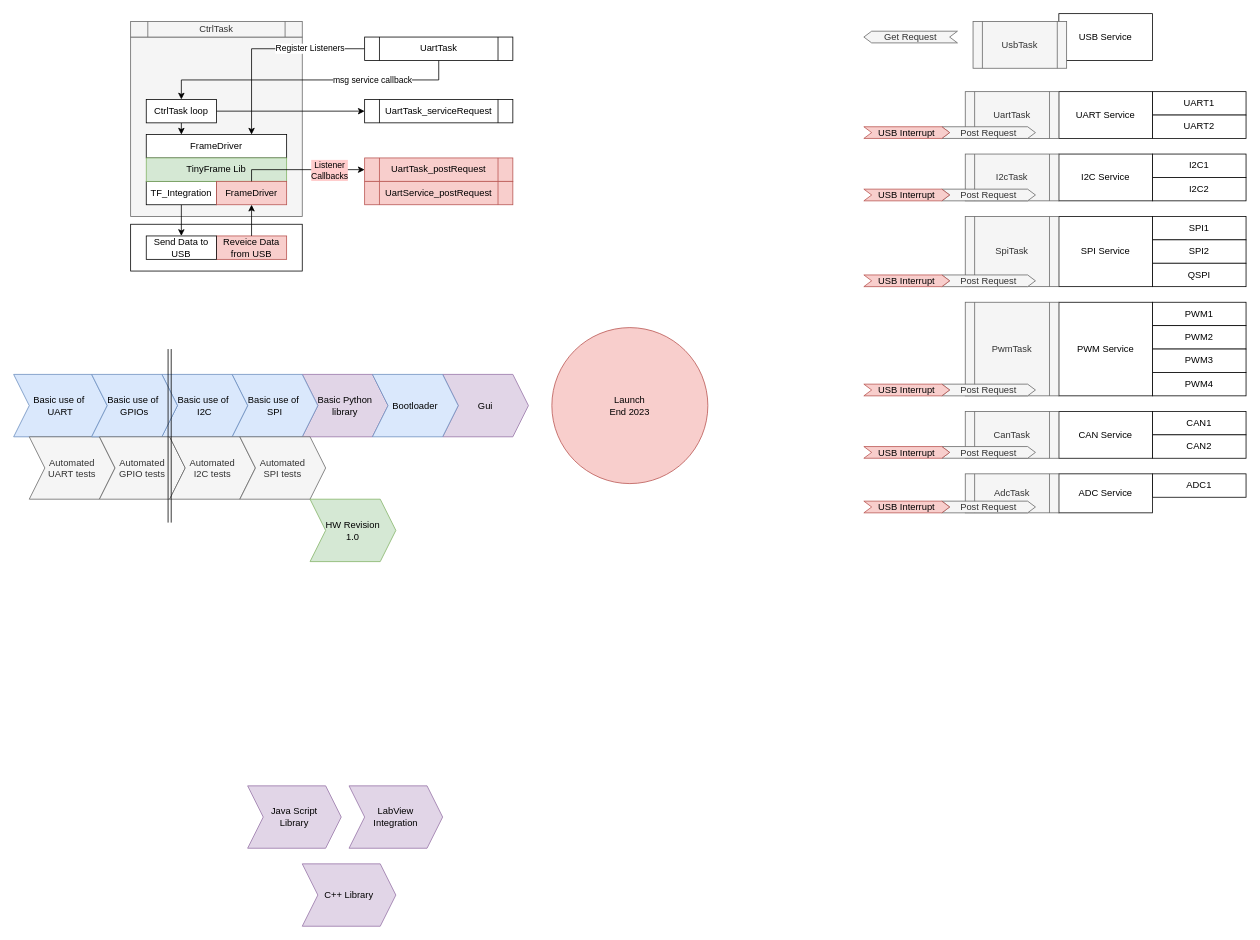
The draw.io diagram Docu/FirmwareArchitecturedrawio.drawio in AlmCoding/stm32usb, before the edit. Source tidied: cells renumbered, new cells numbered last; positions are measured from the earlier drawing's top-left corner, leaving out a move shared by most shapes. Both pictures are drawn from the tidied source at 78%, with x=0, y=0 at pixel (13, 13).
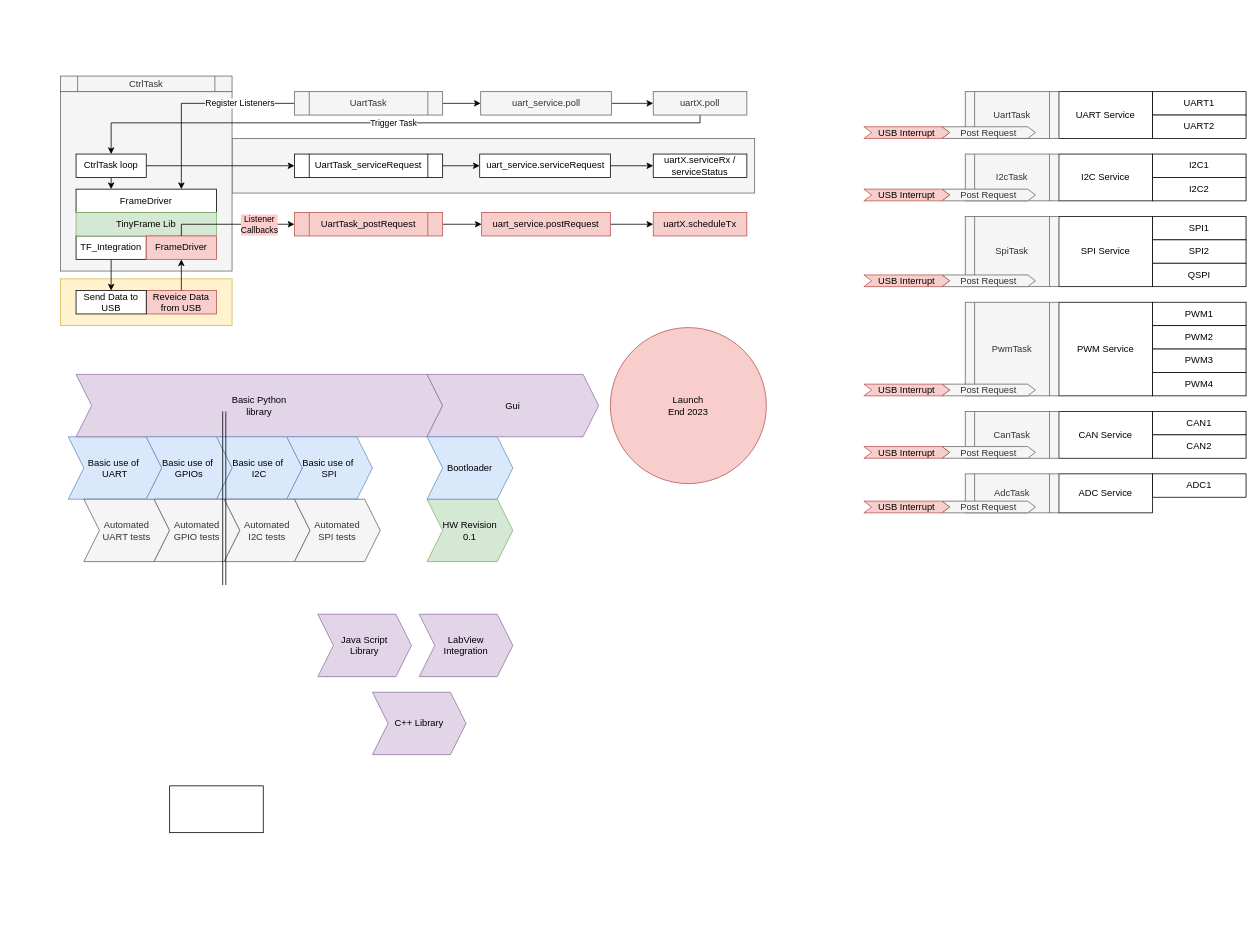
After the change.

Diff of the diagram source:
```diff
@@
+    <mxCell id="82" style="rounded=0;whiteSpace=wrap;html=1;fillColor=#f5f5f5;fontColor=#333333;strokeColor=#666666;" parent="1" vertex="1">
+      <mxGeometry x="280" y="160" width="670" height="70" as="geometry" />
+    </mxCell>
     <mxCell id="2" style="rounded=0;whiteSpace=wrap;html=1;fillColor=#f5f5f5;fontColor=#333333;strokeColor=#666666;" parent="1" vertex="1">
-      <mxGeometry x="150" y="30" width="220" height="230" as="geometry" />
+      <mxGeometry x="60" y="100" width="220" height="230" as="geometry" />
     </mxCell>
-    <mxCell id="3" style="rounded=0;whiteSpace=wrap;html=1;" parent="1" vertex="1">
-      <mxGeometry x="150" y="270" width="220" height="60" as="geometry" />
+    <mxCell id="3" style="rounded=0;whiteSpace=wrap;html=1;fillColor=#fff2cc;strokeColor=#d6b656;" parent="1" vertex="1">
+      <mxGeometry x="60" y="340" width="220" height="60" as="geometry" />
     </mxCell>
@@
-    <mxCell id="24" value="USB Service" style="rounded=0;whiteSpace=wrap;html=1;" parent="1" vertex="1">
-      <mxGeometry x="1340" width="120" height="60" as="geometry" />
-    </mxCell>
@@
-    <mxCell id="42" value="Get Request" style="shape=step;perimeter=stepPerimeter;whiteSpace=wrap;html=1;fixedSize=1;size=10.000000000000227;fillColor=#f5f5f5;strokeColor=#666666;fontColor=#333333;direction=west;" parent="1" vertex="1">
-      <mxGeometry x="1090" y="22.5" width="120" height="15" as="geometry" />
-    </mxCell>
     <mxCell id="43" value="Reveice Data from USB" style="rounded=0;whiteSpace=wrap;html=1;fillColor=#f8cecc;strokeColor=#b85450;" parent="1" vertex="1">
-      <mxGeometry x="260" y="285" width="90" height="30" as="geometry" />
+      <mxGeometry x="170" y="355" width="90" height="30" as="geometry" />
     </mxCell>
@@
     <mxCell id="45" value="FrameDriver" style="rounded=0;whiteSpace=wrap;html=1;" parent="1" vertex="1">
-      <mxGeometry x="170" y="155" width="180" height="30" as="geometry" />
+      <mxGeometry x="80" y="225" width="180" height="30" as="geometry" />
     </mxCell>
@@
     <mxCell id="47" value="TF_Integration" style="rounded=0;whiteSpace=wrap;html=1;" parent="1" vertex="1">
-      <mxGeometry x="170" y="215" width="90" height="30" as="geometry" />
+      <mxGeometry x="80" y="285" width="90" height="30" as="geometry" />
     </mxCell>
@@
     <mxCell id="49" value="TinyFrame Lib" style="rounded=0;whiteSpace=wrap;html=1;fillColor=#d5e8d4;strokeColor=#82b366;" parent="1" vertex="1">
-      <mxGeometry x="170" y="185" width="180" height="30" as="geometry" />
+      <mxGeometry x="80" y="255" width="180" height="30" as="geometry" />
     </mxCell>
     <mxCell id="50" value="Send Data to USB" style="rounded=0;whiteSpace=wrap;html=1;" parent="1" vertex="1">
-      <mxGeometry x="170" y="285" width="90" height="30" as="geometry" />
+      <mxGeometry x="80" y="355" width="90" height="30" as="geometry" />
     </mxCell>
     <mxCell id="51" value="FrameDriver" style="rounded=0;whiteSpace=wrap;html=1;fillColor=#f8cecc;strokeColor=#b85450;" parent="1" vertex="1">
-      <mxGeometry x="260" y="215" width="90" height="30" as="geometry" />
+      <mxGeometry x="170" y="285" width="90" height="30" as="geometry" />
     </mxCell>
@@
     <mxCell id="53" style="endArrow=classic;html=1;rounded=0;exitX=0.5;exitY=0;exitDx=0;exitDy=0;entryX=0;entryY=0.5;entryDx=0;entryDy=0;" parent="1" edge="1" source="51" target="71">
       <mxGeometry relative="1" as="geometry">
         <Array as="points">
-          <mxPoint x="305" y="200" />
+          <mxPoint x="215" y="270" />
         </Array>
       </mxGeometry>
     </mxCell>
@@
-    <mxCell id="55" value="msg service callback" style="edgeStyle=orthogonalEdgeStyle;rounded=0;jettySize=auto;html=1;exitX=0.5;exitY=1;exitDx=0;exitDy=0;entryX=0.5;entryY=0;entryDx=0;entryDy=0;" parent="1" edge="1" source="72" target="61">
-      <mxGeometry x="-0.42" relative="1" as="geometry" />
-    </mxCell>
+    <mxCell id="83" style="edgeStyle=orthogonalEdgeStyle;rounded=0;jettySize=auto;html=1;exitX=1;exitY=0.5;exitDx=0;exitDy=0;" parent="1" edge="1" source="56" target="87">
+      <mxGeometry relative="1" as="geometry" />
+    </mxCell>
     <mxCell id="56" value="UartTask_serviceRequest" style="shape=process;whiteSpace=wrap;html=1;backgroundOutline=1;" parent="1" vertex="1">
-      <mxGeometry x="450" y="110" width="190" height="30" as="geometry" />
+      <mxGeometry x="360" y="180" width="190" height="30" as="geometry" />
     </mxCell>
-    <mxCell id="57" value="UsbTask" style="shape=process;whiteSpace=wrap;html=1;backgroundOutline=1;fillColor=#f5f5f5;strokeColor=#666666;fontColor=#333333;" parent="1" vertex="1">
-      <mxGeometry x="1230" y="10" width="120" height="60" as="geometry" />
-    </mxCell>
     <mxCell id="58" value="CtrlTask" style="shape=process;whiteSpace=wrap;html=1;backgroundOutline=1;fillColor=#f5f5f5;strokeColor=#666666;fontColor=#333333;" parent="1" vertex="1">
-      <mxGeometry x="150" y="10" width="220" height="20" as="geometry" />
+      <mxGeometry x="60" y="80" width="220" height="20" as="geometry" />
     </mxCell>
     <mxCell id="59" style="edgeStyle=orthogonalEdgeStyle;rounded=0;jettySize=auto;html=1;entryX=0.25;entryY=0;entryDx=0;entryDy=0;" parent="1" edge="1" source="61" target="45">
       <mxGeometry relative="1" as="geometry">
         <Array as="points">
-          <mxPoint x="215" y="150" />
-          <mxPoint x="215" y="150" />
+          <mxPoint x="125" y="220" />
+          <mxPoint x="125" y="220" />
         </Array>
       </mxGeometry>
     </mxCell>
@@
     <mxCell id="61" value="CtrlTask loop" style="rounded=0;whiteSpace=wrap;html=1;" parent="1" vertex="1">
-      <mxGeometry x="170" y="110" width="90" height="30" as="geometry" />
+      <mxGeometry x="80" y="180" width="90" height="30" as="geometry" />
     </mxCell>
     <mxCell id="62" value="Basic use of&amp;nbsp;&lt;br&gt;UART" style="shape=step;perimeter=stepPerimeter;whiteSpace=wrap;html=1;fixedSize=1;fillColor=#dae8fc;strokeColor=#6c8ebf;" parent="1" vertex="1">
-      <mxGeometry y="462.5" width="120" height="80" as="geometry" />
+      <mxGeometry x="70" y="542.5" width="120" height="80" as="geometry" />
     </mxCell>
     <mxCell id="63" value="Basic Python&lt;br&gt;library" style="shape=step;perimeter=stepPerimeter;whiteSpace=wrap;html=1;fixedSize=1;fillColor=#e1d5e7;strokeColor=#9673a6;" parent="1" vertex="1">
-      <mxGeometry x="370" y="462.5" width="110" height="80" as="geometry" />
+      <mxGeometry x="80" y="462.5" width="470" height="80" as="geometry" />
     </mxCell>
     <mxCell id="64" value="Java Script&lt;br&gt;Library" style="shape=step;perimeter=stepPerimeter;whiteSpace=wrap;html=1;fixedSize=1;fillColor=#e1d5e7;strokeColor=#9673a6;" parent="1" vertex="1">
-      <mxGeometry x="300" y="990" width="120" height="80" as="geometry" />
+      <mxGeometry x="390" y="770" width="120" height="80" as="geometry" />
     </mxCell>
     <mxCell id="65" value="LabView&lt;br&gt;Integration" style="shape=step;perimeter=stepPerimeter;whiteSpace=wrap;html=1;fixedSize=1;fillColor=#e1d5e7;strokeColor=#9673a6;" parent="1" vertex="1">
-      <mxGeometry x="430" y="990" width="120" height="80" as="geometry" />
+      <mxGeometry x="520" y="770" width="120" height="80" as="geometry" />
     </mxCell>
     <mxCell id="66" value="C++ Library" style="shape=step;perimeter=stepPerimeter;whiteSpace=wrap;html=1;fixedSize=1;fillColor=#e1d5e7;strokeColor=#9673a6;" parent="1" vertex="1">
-      <mxGeometry x="370" y="1090" width="120" height="80" as="geometry" />
+      <mxGeometry x="460" y="870" width="120" height="80" as="geometry" />
     </mxCell>
     <mxCell id="67" value="Basic use of&amp;nbsp;&lt;br&gt;SPI" style="shape=step;perimeter=stepPerimeter;whiteSpace=wrap;html=1;fixedSize=1;fillColor=#dae8fc;strokeColor=#6c8ebf;" parent="1" vertex="1">
-      <mxGeometry x="280" y="462.5" width="110" height="80" as="geometry" />
+      <mxGeometry x="350" y="542.5" width="110" height="80" as="geometry" />
     </mxCell>
     <mxCell id="68" value="Basic use of&amp;nbsp;&lt;br&gt;I2C" style="shape=step;perimeter=stepPerimeter;whiteSpace=wrap;html=1;fixedSize=1;fillColor=#dae8fc;strokeColor=#6c8ebf;" parent="1" vertex="1">
-      <mxGeometry x="190" y="462.5" width="110" height="80" as="geometry" />
+      <mxGeometry x="260" y="542.5" width="110" height="80" as="geometry" />
     </mxCell>
     <mxCell id="69" value="Automated&lt;br&gt;UART tests" style="shape=step;perimeter=stepPerimeter;whiteSpace=wrap;html=1;fixedSize=1;fillColor=#f5f5f5;fontColor=#333333;strokeColor=#666666;" parent="1" vertex="1">
-      <mxGeometry x="20" y="542.5" width="110" height="80" as="geometry" />
+      <mxGeometry x="90" y="622.5" width="110" height="80" as="geometry" />
     </mxCell>
     <mxCell id="70" value="Gui" style="shape=step;perimeter=stepPerimeter;whiteSpace=wrap;html=1;fixedSize=1;fillColor=#e1d5e7;strokeColor=#9673a6;" parent="1" vertex="1">
-      <mxGeometry x="550" y="462.5" width="110" height="80" as="geometry" />
+      <mxGeometry x="530" y="462.5" width="220" height="80" as="geometry" />
     </mxCell>
+    <mxCell id="84" style="edgeStyle=orthogonalEdgeStyle;rounded=0;jettySize=auto;html=1;exitX=1;exitY=0.5;exitDx=0;exitDy=0;" parent="1" edge="1" source="71" target="90">
+      <mxGeometry relative="1" as="geometry" />
+    </mxCell>
     <mxCell id="71" value="UartTask_postRequest" style="shape=process;whiteSpace=wrap;html=1;backgroundOutline=1;fillColor=#f8cecc;strokeColor=#b85450;" parent="1" vertex="1">
-      <mxGeometry x="450" y="185" width="190" height="30" as="geometry" />
+      <mxGeometry x="360" y="255" width="190" height="30" as="geometry" />
     </mxCell>
+    <mxCell id="85" style="edgeStyle=orthogonalEdgeStyle;rounded=0;jettySize=auto;html=1;exitX=1;exitY=0.5;exitDx=0;exitDy=0;" parent="1" edge="1" source="72" target="93">
+      <mxGeometry relative="1" as="geometry" />
+    </mxCell>
-    <mxCell id="72" value="UartTask" style="shape=process;whiteSpace=wrap;html=1;backgroundOutline=1;" parent="1" vertex="1">
-      <mxGeometry x="450" y="30" width="190" height="30" as="geometry" />
+    <mxCell id="72" value="UartTask" style="shape=process;whiteSpace=wrap;html=1;backgroundOutline=1;fillColor=#f5f5f5;fontColor=#333333;strokeColor=#666666;" parent="1" vertex="1">
+      <mxGeometry x="360" y="100" width="190" height="30" as="geometry" />
     </mxCell>
-    <mxCell id="73" value="UartService_postRequest" style="shape=process;whiteSpace=wrap;html=1;backgroundOutline=1;fillColor=#f8cecc;strokeColor=#b85450;" parent="1" vertex="1">
-      <mxGeometry x="450" y="215" width="190" height="30" as="geometry" />
-    </mxCell>
     <mxCell id="74" value="Basic use of&amp;nbsp;&lt;br&gt;GPIOs" style="shape=step;perimeter=stepPerimeter;whiteSpace=wrap;html=1;fixedSize=1;fillColor=#dae8fc;strokeColor=#6c8ebf;" parent="1" vertex="1">
-      <mxGeometry x="100" y="462.5" width="110" height="80" as="geometry" />
+      <mxGeometry x="170" y="542.5" width="110" height="80" as="geometry" />
     </mxCell>
     <mxCell id="75" value="Automated&lt;br&gt;GPIO tests" style="shape=step;perimeter=stepPerimeter;whiteSpace=wrap;html=1;fixedSize=1;fillColor=#f5f5f5;fontColor=#333333;strokeColor=#666666;" parent="1" vertex="1">
-      <mxGeometry x="110" y="542.5" width="110" height="80" as="geometry" />
+      <mxGeometry x="180" y="622.5" width="110" height="80" as="geometry" />
     </mxCell>
     <mxCell id="76" value="Automated&lt;br&gt;I2C tests" style="shape=step;perimeter=stepPerimeter;whiteSpace=wrap;html=1;fixedSize=1;fillColor=#f5f5f5;fontColor=#333333;strokeColor=#666666;" parent="1" vertex="1">
-      <mxGeometry x="200" y="542.5" width="110" height="80" as="geometry" />
+      <mxGeometry x="270" y="622.5" width="110" height="80" as="geometry" />
     </mxCell>
     <mxCell id="77" value="Automated&lt;br&gt;SPI tests" style="shape=step;perimeter=stepPerimeter;whiteSpace=wrap;html=1;fixedSize=1;fillColor=#f5f5f5;fontColor=#333333;strokeColor=#666666;" parent="1" vertex="1">
-      <mxGeometry x="290" y="542.5" width="110" height="80" as="geometry" />
+      <mxGeometry x="360" y="622.5" width="110" height="80" as="geometry" />
     </mxCell>
     <mxCell id="78" style="shape=link;html=1;rounded=0;" parent="1" edge="1">
       <mxGeometry relative="1" as="geometry">
-        <mxPoint x="200" y="430" as="sourcePoint" />
-        <mxPoint x="200" y="652.5" as="targetPoint" />
+        <mxPoint x="270" y="510" as="sourcePoint" />
+        <mxPoint x="270" y="732.5" as="targetPoint" />
       </mxGeometry>
     </mxCell>
     <mxCell id="79" value="Launch&lt;br&gt;End 2023" style="ellipse;whiteSpace=wrap;html=1;fillColor=#f8cecc;strokeColor=#b85450;" parent="1" vertex="1">
-      <mxGeometry x="690" y="402.5" width="200" height="200" as="geometry" />
+      <mxGeometry x="765" y="402.5" width="200" height="200" as="geometry" />
     </mxCell>
-    <mxCell id="80" value="HW Revision&lt;br&gt;1.0" style="shape=step;perimeter=stepPerimeter;whiteSpace=wrap;html=1;fixedSize=1;fillColor=#d5e8d4;strokeColor=#82b366;" parent="1" vertex="1">
-      <mxGeometry x="380" y="622.5" width="110" height="80" as="geometry" />
+    <mxCell id="80" value="HW Revision&lt;br&gt;0.1" style="shape=step;perimeter=stepPerimeter;whiteSpace=wrap;html=1;fixedSize=1;fillColor=#d5e8d4;strokeColor=#82b366;" parent="1" vertex="1">
+      <mxGeometry x="530" y="622.5" width="110" height="80" as="geometry" />
     </mxCell>
     <mxCell id="81" value="Bootloader" style="shape=step;perimeter=stepPerimeter;whiteSpace=wrap;html=1;fixedSize=1;fillColor=#dae8fc;strokeColor=#6c8ebf;" parent="1" vertex="1">
-      <mxGeometry x="460" y="462.5" width="110" height="80" as="geometry" />
+      <mxGeometry x="530" y="542.5" width="110" height="80" as="geometry" />
     </mxCell>
+    <mxCell id="86" style="edgeStyle=orthogonalEdgeStyle;rounded=0;jettySize=auto;html=1;entryX=0;entryY=0.5;entryDx=0;entryDy=0;" parent="1" edge="1" source="87" target="88">
+      <mxGeometry relative="1" as="geometry" />
+    </mxCell>
+    <mxCell id="87" value="uart_service.serviceRequest" style="rounded=0;whiteSpace=wrap;html=1;" parent="1" vertex="1">
+      <mxGeometry x="597.5" y="180" width="167.5" height="30" as="geometry" />
+    </mxCell>
+    <mxCell id="88" value="uartX.serviceRx / serviceStatus" style="rounded=0;whiteSpace=wrap;html=1;" parent="1" vertex="1">
+      <mxGeometry x="820" y="180" width="120" height="30" as="geometry" />
+    </mxCell>
+    <mxCell id="89" style="edgeStyle=orthogonalEdgeStyle;rounded=0;jettySize=auto;html=1;" parent="1" edge="1" source="90" target="91">
+      <mxGeometry relative="1" as="geometry" />
+    </mxCell>
+    <mxCell id="90" value="uart_service.postRequest" style="rounded=0;whiteSpace=wrap;html=1;fillColor=#f8cecc;strokeColor=#b85450;" parent="1" vertex="1">
+      <mxGeometry x="600" y="255" width="165" height="30" as="geometry" />
+    </mxCell>
+    <mxCell id="91" value="uartX.scheduleTx" style="rounded=0;whiteSpace=wrap;html=1;fillColor=#f8cecc;strokeColor=#b85450;" parent="1" vertex="1">
+      <mxGeometry x="820" y="255" width="120" height="30" as="geometry" />
+    </mxCell>
+    <mxCell id="92" style="edgeStyle=orthogonalEdgeStyle;rounded=0;jettySize=auto;html=1;exitX=1;exitY=0.5;exitDx=0;exitDy=0;" parent="1" edge="1" source="93" target="95">
+      <mxGeometry relative="1" as="geometry" />
+    </mxCell>
+    <mxCell id="93" value="uart_service.poll" style="rounded=0;whiteSpace=wrap;html=1;fillColor=#f5f5f5;fontColor=#333333;strokeColor=#666666;" parent="1" vertex="1">
+      <mxGeometry x="598.8" y="100" width="167.5" height="30" as="geometry" />
+    </mxCell>
+    <mxCell id="94" value="Trigger Task" style="edgeStyle=orthogonalEdgeStyle;rounded=0;jettySize=auto;html=1;exitX=0.5;exitY=1;exitDx=0;exitDy=0;entryX=0.5;entryY=0;entryDx=0;entryDy=0;" parent="1" edge="1" source="95" target="61">
+      <mxGeometry relative="1" as="geometry">
+        <Array as="points">
+          <mxPoint x="880" y="140" />
+          <mxPoint x="125" y="140" />
+        </Array>
+      </mxGeometry>
+    </mxCell>
+    <mxCell id="95" value="uartX.poll" style="rounded=0;whiteSpace=wrap;html=1;fillColor=#f5f5f5;fontColor=#333333;strokeColor=#666666;" parent="1" vertex="1">
+      <mxGeometry x="820" y="100" width="120" height="30" as="geometry" />
+    </mxCell>
+    <mxCell id="96" style="rounded=0;whiteSpace=wrap;html=1;" parent="1" vertex="1">
+      <mxGeometry x="200" y="990" width="120" height="60" as="geometry" />
+    </mxCell>
```
